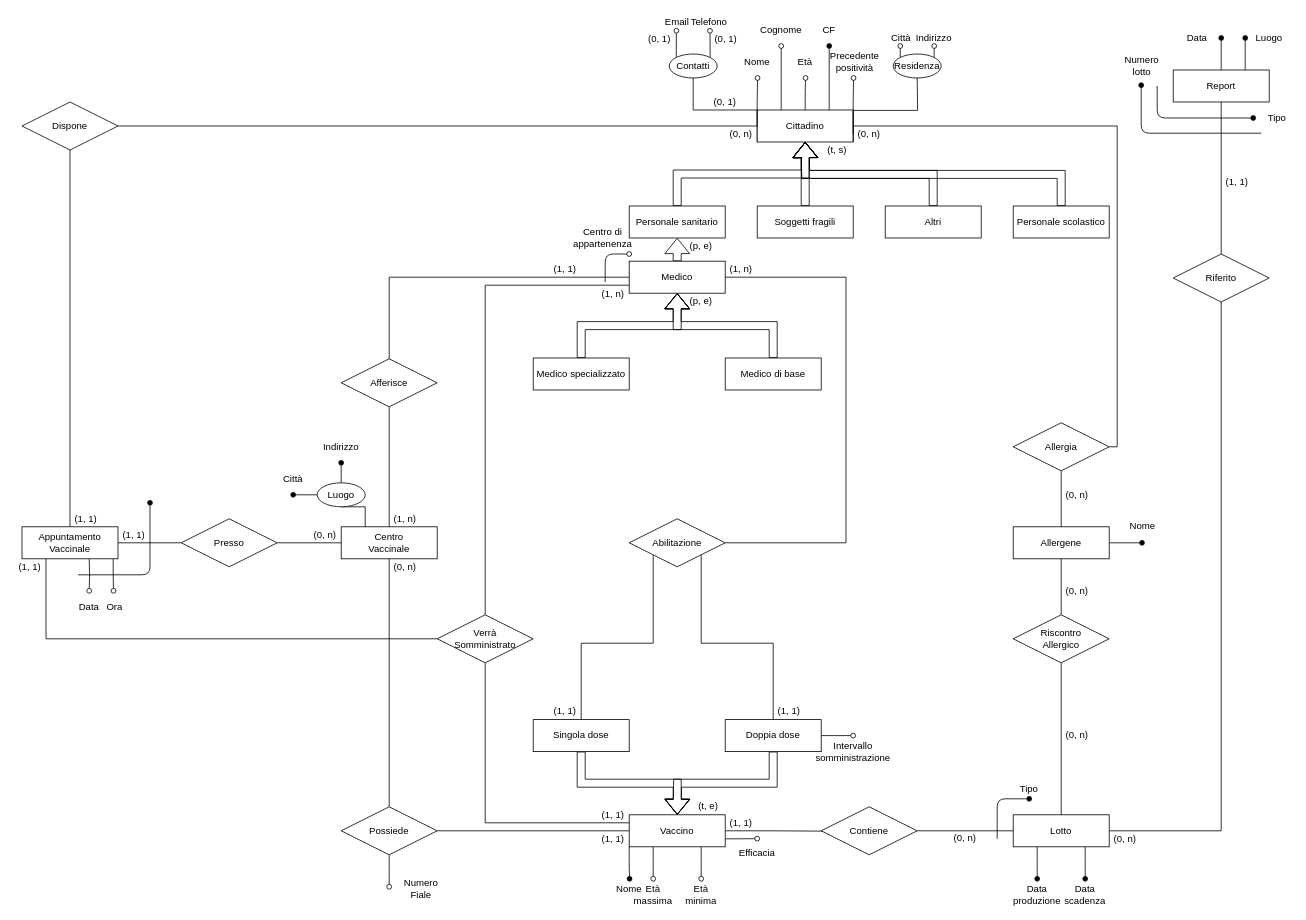
The draw.io diagram page "ERv2" (2 of 8) of ER.drawio in TheFlonet/DB, before the edit. Source tidied: cells renumbered, new cells numbered last; positions are measured from the earlier drawing's top-left corner, leaving out a move shared by most shapes. Both pictures are drawn from the tidied source at 80%, with x=0, y=0 at pixel (14, 14).
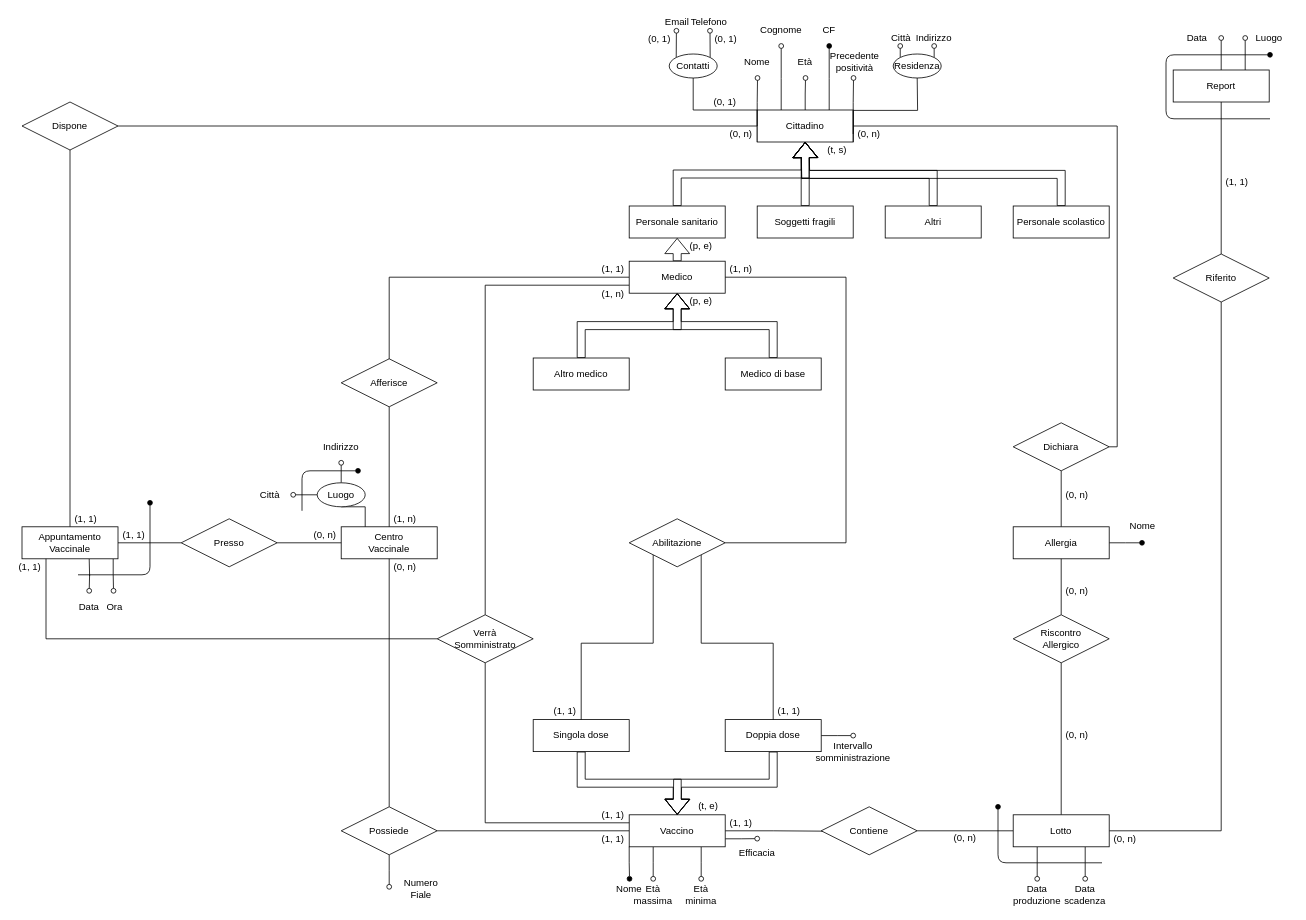
The same page after the edit.

Unchanged cells that the change refers to:
```xml
<mxCell id="55" value="Lotto" style="whiteSpace=wrap;html=1;align=center;" parent="1" vertex="1">
  <mxGeometry x="1249" y="1001" width="120" height="40" as="geometry" />
</mxCell>
<mxCell id="60" value="Report" style="whiteSpace=wrap;html=1;align=center;" parent="1" vertex="1">
  <mxGeometry x="1449" y="70" width="120" height="40" as="geometry" />
</mxCell>
<mxCell id="115" value="Luogo" style="ellipse;whiteSpace=wrap;html=1;" parent="1" vertex="1">
  <mxGeometry x="379" y="586" width="60" height="30" as="geometry" />
</mxCell>
```

What changed in the source:
```diff
@@
-    <mxCell id="28" value="Medico specializzato" style="whiteSpace=wrap;html=1;align=center;" parent="1" vertex="1">
+    <mxCell id="28" value="Altro medico" style="whiteSpace=wrap;html=1;align=center;" parent="1" vertex="1">
       <mxGeometry x="649" y="430" width="120" height="40" as="geometry" />
     </mxCell>
@@
-    <mxCell id="53" style="edgeStyle=orthogonalEdgeStyle;rounded=0;jettySize=auto;html=1;exitX=0.25;exitY=1;exitDx=0;exitDy=0;endArrow=oval;endFill=1;" parent="1" edge="1" source="55">
+    <mxCell id="53" style="edgeStyle=orthogonalEdgeStyle;rounded=0;jettySize=auto;html=1;exitX=0.25;exitY=1;exitDx=0;exitDy=0;endArrow=oval;endFill=0;" parent="1" edge="1" source="55">
       <mxGeometry relative="1" as="geometry">
         <mxPoint x="1279" y="1081" as="targetPoint" />
       </mxGeometry>
     </mxCell>
-    <mxCell id="54" style="edgeStyle=orthogonalEdgeStyle;rounded=0;jettySize=auto;html=1;exitX=0.75;exitY=1;exitDx=0;exitDy=0;endArrow=oval;endFill=1;" parent="1" edge="1" source="55">
+    <mxCell id="54" style="edgeStyle=orthogonalEdgeStyle;rounded=0;jettySize=auto;html=1;exitX=0.75;exitY=1;exitDx=0;exitDy=0;endArrow=oval;endFill=0;" parent="1" edge="1" source="55">
       <mxGeometry relative="1" as="geometry">
         <mxPoint x="1339" y="1081" as="targetPoint" />
       </mxGeometry>
     </mxCell>
@@
-    <mxCell id="58" style="edgeStyle=orthogonalEdgeStyle;rounded=0;jettySize=auto;html=1;exitX=0.5;exitY=0;exitDx=0;exitDy=0;endArrow=oval;endFill=1;" parent="1" edge="1" source="60">
+    <mxCell id="58" style="edgeStyle=orthogonalEdgeStyle;rounded=0;jettySize=auto;html=1;exitX=0.5;exitY=0;exitDx=0;exitDy=0;endArrow=oval;endFill=0;" parent="1" edge="1" source="60">
       <mxGeometry relative="1" as="geometry">
         <mxPoint x="1509" y="30" as="targetPoint" />
       </mxGeometry>
     </mxCell>
-    <mxCell id="59" style="edgeStyle=orthogonalEdgeStyle;rounded=0;jettySize=auto;html=1;exitX=0.75;exitY=0;exitDx=0;exitDy=0;endArrow=oval;endFill=1;" parent="1" edge="1" source="60">
+    <mxCell id="59" style="edgeStyle=orthogonalEdgeStyle;rounded=0;jettySize=auto;html=1;exitX=0.75;exitY=0;exitDx=0;exitDy=0;endArrow=oval;endFill=0;" parent="1" edge="1" source="60">
       <mxGeometry relative="1" as="geometry">
         <mxPoint x="1539" y="30" as="targetPoint" />
       </mxGeometry>
     </mxCell>
@@
-    <mxCell id="63" value="Allergene" style="whiteSpace=wrap;html=1;align=center;" parent="1" vertex="1">
+    <mxCell id="63" value="Allergia" style="whiteSpace=wrap;html=1;align=center;" parent="1" vertex="1">
       <mxGeometry x="1249" y="641" width="120" height="40" as="geometry" />
     </mxCell>
@@
-    <mxCell id="67" value="Allergia" style="shape=rhombus;perimeter=rhombusPerimeter;whiteSpace=wrap;html=1;align=center;" parent="1" vertex="1">
+    <mxCell id="67" value="Dichiara" style="shape=rhombus;perimeter=rhombusPerimeter;whiteSpace=wrap;html=1;align=center;" parent="1" vertex="1">
       <mxGeometry x="1249" y="511" width="120" height="60" as="geometry" />
     </mxCell>
@@
-    <mxCell id="70" style="endArrow=oval;html=1;endFill=1;" parent="1" edge="1">
-      <mxGeometry relative="1" as="geometry">
-        <mxPoint x="1429" y="90" as="sourcePoint" />
-        <mxPoint x="1549" y="130" as="targetPoint" />
-        <Array as="points">
-          <mxPoint x="1429" y="130" />
-        </Array>
-      </mxGeometry>
-    </mxCell>
-    <mxCell id="71" value="Tipo" style="text;html=1;strokeColor=none;fillColor=none;align=center;verticalAlign=middle;whiteSpace=wrap;rounded=0;" parent="1" vertex="1">
-      <mxGeometry x="1559" y="120" width="40" height="20" as="geometry" />
-    </mxCell>
-    <mxCell id="72" style="endArrow=oval;html=1;endFill=1;" parent="1" edge="1">
-      <mxGeometry relative="1" as="geometry">
-        <mxPoint x="1559" y="149" as="sourcePoint" />
-        <mxPoint x="1409" y="89" as="targetPoint" />
-        <Array as="points">
-          <mxPoint x="1409" y="149" />
-        </Array>
-      </mxGeometry>
-    </mxCell>
-    <mxCell id="73" value="Numero lotto" style="text;html=1;strokeColor=none;fillColor=none;align=center;verticalAlign=middle;whiteSpace=wrap;rounded=0;" parent="1" vertex="1">
-      <mxGeometry x="1390" y="55" width="40" height="20" as="geometry" />
-    </mxCell>
@@
     <mxCell id="78" style="endArrow=oval;html=1;endFill=1;" parent="1" edge="1">
       <mxGeometry relative="1" as="geometry">
-        <mxPoint x="1229" y="1031" as="sourcePoint" />
-        <mxPoint x="1269" y="981" as="targetPoint" />
+        <mxPoint x="1360" y="1061" as="sourcePoint" />
+        <mxPoint x="1230" y="991" as="targetPoint" />
         <Array as="points">
-          <mxPoint x="1229" y="981" />
+          <mxPoint x="1230" y="1061" />
         </Array>
       </mxGeometry>
     </mxCell>
-    <mxCell id="79" value="Tipo" style="text;html=1;strokeColor=none;fillColor=none;align=center;verticalAlign=middle;whiteSpace=wrap;rounded=0;" parent="1" vertex="1">
-      <mxGeometry x="1249" y="959" width="40" height="20" as="geometry" />
-    </mxCell>
@@
     <mxCell id="107" value="(1, 1)" style="text;html=1;strokeColor=none;fillColor=none;align=center;verticalAlign=middle;whiteSpace=wrap;rounded=0;" parent="1" vertex="1">
-      <mxGeometry x="669" y="309" width="40" height="20" as="geometry" />
+      <mxGeometry x="729" y="309" width="40" height="20" as="geometry" />
     </mxCell>
-    <mxCell id="108" style="endArrow=oval;html=1;endFill=0;" parent="1" edge="1">
-      <mxGeometry relative="1" as="geometry">
-        <mxPoint x="739" y="335" as="sourcePoint" />
-        <mxPoint x="769" y="300" as="targetPoint" />
-        <Array as="points">
-          <mxPoint x="739" y="300" />
-        </Array>
-      </mxGeometry>
-    </mxCell>
-    <mxCell id="109" value="Centro di appartenenza" style="text;html=1;strokeColor=none;fillColor=none;align=center;verticalAlign=middle;whiteSpace=wrap;rounded=0;" parent="1" vertex="1">
-      <mxGeometry x="716" y="270" width="40" height="20" as="geometry" />
-    </mxCell>
@@
-    <mxCell id="113" style="edgeStyle=orthogonalEdgeStyle;rounded=0;jettySize=auto;html=1;exitX=0;exitY=0.5;exitDx=0;exitDy=0;startArrow=none;startFill=0;endArrow=oval;endFill=1;" parent="1" edge="1" source="115">
+    <mxCell id="113" style="edgeStyle=orthogonalEdgeStyle;rounded=0;jettySize=auto;html=1;exitX=0;exitY=0.5;exitDx=0;exitDy=0;startArrow=none;startFill=0;endArrow=oval;endFill=0;" parent="1" edge="1" source="115">
       <mxGeometry relative="1" as="geometry">
         <mxPoint x="349" y="601.2" as="targetPoint" />
       </mxGeometry>
     </mxCell>
-    <mxCell id="114" style="edgeStyle=orthogonalEdgeStyle;rounded=0;jettySize=auto;html=1;exitX=0.5;exitY=0;exitDx=0;exitDy=0;startArrow=none;startFill=0;endArrow=oval;endFill=1;" parent="1" edge="1" source="115">
+    <mxCell id="114" style="edgeStyle=orthogonalEdgeStyle;rounded=0;jettySize=auto;html=1;exitX=0.5;exitY=0;exitDx=0;exitDy=0;startArrow=none;startFill=0;endArrow=oval;endFill=0;" parent="1" edge="1" source="115">
       <mxGeometry relative="1" as="geometry">
         <mxPoint x="409" y="561" as="targetPoint" />
       </mxGeometry>
     </mxCell>
@@
     <mxCell id="116" value="Città" style="text;html=1;strokeColor=none;fillColor=none;align=center;verticalAlign=middle;whiteSpace=wrap;rounded=0;" parent="1" vertex="1">
-      <mxGeometry x="329" y="571" width="40" height="20" as="geometry" />
+      <mxGeometry x="300" y="591" width="40" height="20" as="geometry" />
     </mxCell>
@@
+    <mxCell id="151" style="endArrow=oval;html=1;endFill=1;" parent="1" edge="1">
+      <mxGeometry relative="1" as="geometry">
+        <mxPoint x="1570" y="131" as="sourcePoint" />
+        <mxPoint x="1570" y="51" as="targetPoint" />
+        <Array as="points">
+          <mxPoint x="1440" y="131" />
+          <mxPoint x="1440" y="51" />
+        </Array>
+      </mxGeometry>
+    </mxCell>
+    <mxCell id="152" style="endArrow=oval;html=1;endFill=1;" parent="1" edge="1">
+      <mxGeometry relative="1" as="geometry">
+        <mxPoint x="360" y="621" as="sourcePoint" />
+        <mxPoint x="430" y="571" as="targetPoint" />
+        <Array as="points">
+          <mxPoint x="360" y="571" />
+        </Array>
+      </mxGeometry>
+    </mxCell>
```
